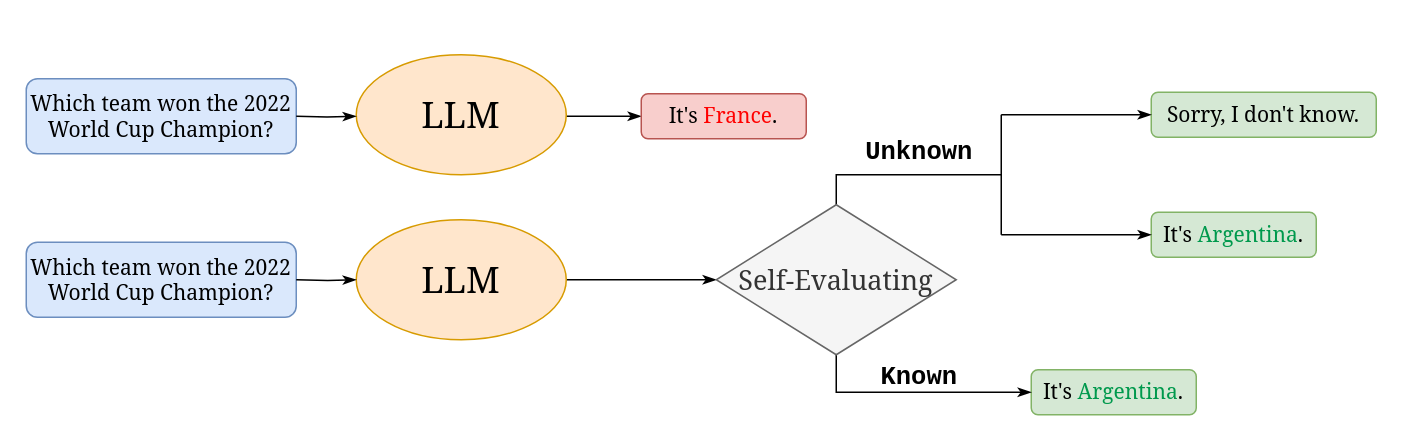
The draw.io diagram figs/self-cali.drawio in AmourWaltz/FactDial, before the edit. Source tidied: cells renumbered, new cells numbered last; positions are measured from the earlier drawing's top-left corner, leaving out a move shared by most shapes. Both pictures are drawn from the tidied source at 150%, with x=0, y=0 at pixel (26, 54).
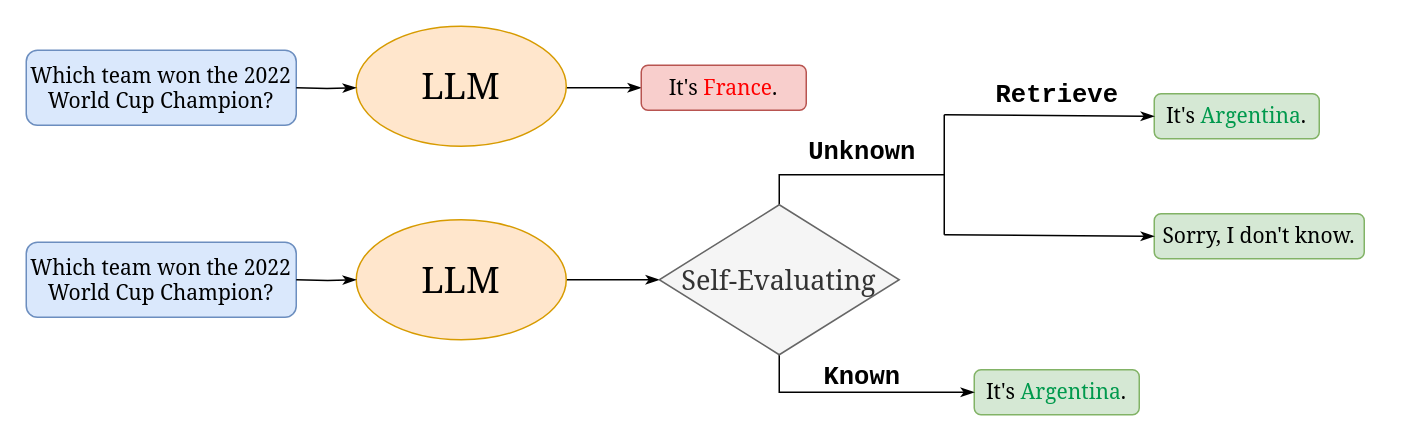
Above is the later version.

The edit, as a diff of the source:
```diff
@@
     <mxCell id="2" value="&lt;font style=&quot;font-size: 14px;&quot; face=&quot;Georgia&quot;&gt;Which team won the 2022 World Cup Champion?&lt;/font&gt;" style="rounded=1;whiteSpace=wrap;html=1;fillColor=#dae8fc;strokeColor=#6c8ebf;" parent="1" vertex="1">
-      <mxGeometry y="16" width="180" height="50" as="geometry" />
+      <mxGeometry y="-3" width="180" height="50" as="geometry" />
     </mxCell>
     <mxCell id="3" style="edgeStyle=orthogonalEdgeStyle;rounded=0;orthogonalLoop=1;jettySize=auto;html=1;exitX=1;exitY=0.5;exitDx=0;exitDy=0;endArrow=classicThin;endFill=1;" parent="1" edge="1">
       <mxGeometry relative="1" as="geometry">
-        <mxPoint x="360" y="41" as="sourcePoint" />
-        <mxPoint x="410" y="41" as="targetPoint" />
+        <mxPoint x="360" y="22" as="sourcePoint" />
+        <mxPoint x="410" y="22" as="targetPoint" />
       </mxGeometry>
     </mxCell>
     <mxCell id="4" value="&lt;font face=&quot;Georgia&quot; style=&quot;&quot;&gt;&lt;font style=&quot;font-size: 24px;&quot;&gt;LLM&lt;/font&gt;&lt;br&gt;&lt;/font&gt;" style="ellipse;whiteSpace=wrap;html=1;fillColor=#ffe6cc;strokeColor=#d79b00;" parent="1" vertex="1">
-      <mxGeometry x="220" width="140" height="80" as="geometry" />
+      <mxGeometry x="220" y="-19" width="140" height="80" as="geometry" />
     </mxCell>
     <mxCell id="5" style="edgeStyle=orthogonalEdgeStyle;rounded=0;orthogonalLoop=1;jettySize=auto;html=1;exitX=1;exitY=0.5;exitDx=0;exitDy=0;entryX=0;entryY=0.5;entryDx=0;entryDy=0;endArrow=classicThin;endFill=1;" parent="1" edge="1">
       <mxGeometry relative="1" as="geometry">
-        <mxPoint x="180" y="41" as="sourcePoint" />
-        <mxPoint x="220" y="41" as="targetPoint" />
+        <mxPoint x="180" y="22" as="sourcePoint" />
+        <mxPoint x="220" y="22" as="targetPoint" />
       </mxGeometry>
     </mxCell>
     <mxCell id="6" value="&lt;font style=&quot;font-size: 14px;&quot; face=&quot;Georgia&quot;&gt;It's &lt;font color=&quot;#ff0000&quot;&gt;France&lt;/font&gt;.&lt;/font&gt;" style="rounded=1;whiteSpace=wrap;html=1;fillColor=#f8cecc;strokeColor=#b85450;" parent="1" vertex="1">
-      <mxGeometry x="410" y="26" width="110" height="30" as="geometry" />
+      <mxGeometry x="410" y="7" width="110" height="30" as="geometry" />
     </mxCell>
@@
     <mxCell id="11" value="&lt;font style=&quot;font-size: 14px;&quot; face=&quot;Georgia&quot;&gt;It's &lt;font color=&quot;#00994d&quot;&gt;Argentina&lt;/font&gt;.&lt;/font&gt;" style="rounded=1;whiteSpace=wrap;html=1;fillColor=#d5e8d4;strokeColor=#82b366;" parent="1" vertex="1">
-      <mxGeometry x="670" y="210" width="110" height="30" as="geometry" />
+      <mxGeometry x="632" y="210" width="110" height="30" as="geometry" />
     </mxCell>
@@
     <mxCell id="13" style="edgeStyle=orthogonalEdgeStyle;rounded=0;jettySize=auto;html=1;exitX=0.5;exitY=0;exitDx=0;exitDy=0;endArrow=none;endFill=0;" parent="1" edge="1" source="14">
       <mxGeometry relative="1" as="geometry">
-        <mxPoint x="650" y="80" as="targetPoint" />
+        <mxPoint x="612" y="80" as="targetPoint" />
         <Array as="points">
-          <mxPoint x="540" y="80" />
-          <mxPoint x="650" y="80" />
+          <mxPoint x="502" y="80" />
+          <mxPoint x="612" y="80" />
         </Array>
       </mxGeometry>
     </mxCell>
     <mxCell id="14" value="&lt;font face=&quot;Georgia&quot; style=&quot;font-size: 18px;&quot;&gt;Self-Evaluating&lt;/font&gt;" style="rhombus;whiteSpace=wrap;html=1;fillColor=#f5f5f5;fontColor=#333333;strokeColor=#666666;" parent="1" vertex="1">
-      <mxGeometry x="460" y="100" width="160" height="100" as="geometry" />
+      <mxGeometry x="422" y="100" width="160" height="100" as="geometry" />
     </mxCell>
-    <mxCell id="15" value="&lt;font style=&quot;font-size: 14px;&quot; face=&quot;Georgia&quot;&gt;It's &lt;font color=&quot;#00994d&quot;&gt;Argentina&lt;/font&gt;.&lt;/font&gt;" style="rounded=1;whiteSpace=wrap;html=1;fillColor=#d5e8d4;strokeColor=#82b366;" parent="1" vertex="1">
-      <mxGeometry x="750" y="105" width="110" height="30" as="geometry" />
+    <mxCell id="15" value="&lt;font face=&quot;Georgia&quot;&gt;&lt;span style=&quot;font-size: 14px;&quot;&gt;Sorry, I don't know.&lt;/span&gt;&lt;/font&gt;" style="rounded=1;whiteSpace=wrap;html=1;fillColor=#d5e8d4;strokeColor=#82b366;" parent="1" vertex="1">
+      <mxGeometry x="752" y="106" width="140" height="30" as="geometry" />
     </mxCell>
     <mxCell id="16" value="&lt;font face=&quot;Courier New&quot; style=&quot;font-size: 17px;&quot;&gt;&lt;b style=&quot;font-size: 17px;&quot;&gt;Unknown&lt;/b&gt;&lt;/font&gt;" style="text;html=1;align=center;verticalAlign=middle;strokeColor=none;fillColor=none;fontColor=#000000;fontSize=17;" parent="1" vertex="1">
-      <mxGeometry x="550" y="50" width="90" height="30" as="geometry" />
+      <mxGeometry x="512" y="50" width="90" height="30" as="geometry" />
     </mxCell>
     <mxCell id="17" value="&lt;font face=&quot;Courier New&quot; style=&quot;font-size: 17px;&quot;&gt;&lt;b style=&quot;font-size: 17px;&quot;&gt;Known&lt;/b&gt;&lt;/font&gt;" style="text;html=1;align=center;verticalAlign=middle;strokeColor=none;fillColor=none;fontColor=#000000;fontSize=17;" parent="1" vertex="1">
-      <mxGeometry x="560" y="200" width="70" height="30" as="geometry" />
+      <mxGeometry x="522" y="200" width="70" height="30" as="geometry" />
     </mxCell>
     <mxCell id="18" style="endArrow=none;html=1;rounded=0;" parent="1" edge="1">
       <mxGeometry relative="1" as="geometry">
-        <mxPoint x="650" y="120" as="sourcePoint" />
-        <mxPoint x="650" y="40" as="targetPoint" />
+        <mxPoint x="612" y="120" as="sourcePoint" />
+        <mxPoint x="612" y="40" as="targetPoint" />
       </mxGeometry>
     </mxCell>
-    <mxCell id="19" style="endArrow=classicThin;html=1;rounded=0;endFill=1;" parent="1" edge="1">
+    <mxCell id="19" style="endArrow=classicThin;html=1;rounded=0;endFill=1;entryX=0;entryY=0.5;entryDx=0;entryDy=0;" parent="1" edge="1" target="15">
       <mxGeometry relative="1" as="geometry">
-        <mxPoint x="650" y="120" as="sourcePoint" />
-        <mxPoint x="750" y="120" as="targetPoint" />
+        <mxPoint x="612" y="120" as="sourcePoint" />
       </mxGeometry>
     </mxCell>
-    <mxCell id="20" value="&lt;font face=&quot;Georgia&quot;&gt;&lt;span style=&quot;font-size: 14px;&quot;&gt;Sorry, I don't know.&lt;/span&gt;&lt;/font&gt;" style="rounded=1;whiteSpace=wrap;html=1;fillColor=#d5e8d4;strokeColor=#82b366;" parent="1" vertex="1">
-      <mxGeometry x="750" y="25" width="150" height="30" as="geometry" />
+    <mxCell id="20" value="&lt;span style=&quot;font-family: Georgia; font-size: 14px;&quot;&gt;It's&amp;nbsp;&lt;/span&gt;&lt;font style=&quot;--tw-border-spacing-x: 0; --tw-border-spacing-y: 0; --tw-translate-x: 0; --tw-translate-y: 0; --tw-rotate: 0; --tw-skew-x: 0; --tw-skew-y: 0; --tw-scale-x: 1; --tw-scale-y: 1; --tw-pan-x: ; --tw-pan-y: ; --tw-pinch-zoom: ; --tw-scroll-snap-strictness: proximity; --tw-ordinal: ; --tw-slashed-zero: ; --tw-numeric-figure: ; --tw-numeric-spacing: ; --tw-numeric-fraction: ; --tw-ring-inset: ; --tw-ring-offset-width: 0px; --tw-ring-offset-color: #fff; --tw-ring-color: rgb(59 130 246 / 0.5); --tw-ring-offset-shadow: 0 0 #0000; --tw-ring-shadow: 0 0 #0000; --tw-shadow: 0 0 #0000; --tw-shadow-colored: 0 0 #0000; --tw-blur: ; --tw-brightness: ; --tw-contrast: ; --tw-grayscale: ; --tw-hue-rotate: ; --tw-invert: ; --tw-saturate: ; --tw-sepia: ; --tw-drop-shadow: ; --tw-backdrop-blur: ; --tw-backdrop-brightness: ; --tw-backdrop-contrast: ; --tw-backdrop-grayscale: ; --tw-backdrop-hue-rotate: ; --tw-backdrop-invert: ; --tw-backdrop-opacity: ; --tw-backdrop-saturate: ; --tw-backdrop-sepia: ; border-color: var(--border-color); font-family: Georgia; font-size: 14px;&quot; color=&quot;#00994d&quot;&gt;Argentina&lt;/font&gt;&lt;font face=&quot;Georgia&quot;&gt;&lt;span style=&quot;font-size: 14px;&quot;&gt;.&lt;/span&gt;&lt;/font&gt;" style="rounded=1;whiteSpace=wrap;html=1;fillColor=#d5e8d4;strokeColor=#82b366;" parent="1" vertex="1">
+      <mxGeometry x="752" y="26" width="110" height="30" as="geometry" />
     </mxCell>
-    <mxCell id="21" style="endArrow=classicThin;html=1;rounded=0;endFill=1;" parent="1" edge="1">
+    <mxCell id="21" style="endArrow=classicThin;html=1;rounded=0;endFill=1;entryX=0;entryY=0.5;entryDx=0;entryDy=0;" parent="1" edge="1" target="20">
       <mxGeometry relative="1" as="geometry">
-        <mxPoint x="650" y="40" as="sourcePoint" />
-        <mxPoint x="750" y="40" as="targetPoint" />
+        <mxPoint x="612" y="40" as="sourcePoint" />
       </mxGeometry>
     </mxCell>
+    <mxCell id="22" value="&lt;font face=&quot;Courier New&quot; style=&quot;font-size: 17px;&quot;&gt;&lt;b style=&quot;font-size: 17px;&quot;&gt;Retrieve&lt;/b&gt;&lt;/font&gt;" style="text;html=1;align=center;verticalAlign=middle;strokeColor=none;fillColor=none;fontColor=#000000;fontSize=17;" parent="1" vertex="1">
+      <mxGeometry x="632" y="12" width="110" height="30" as="geometry" />
+    </mxCell>
```
